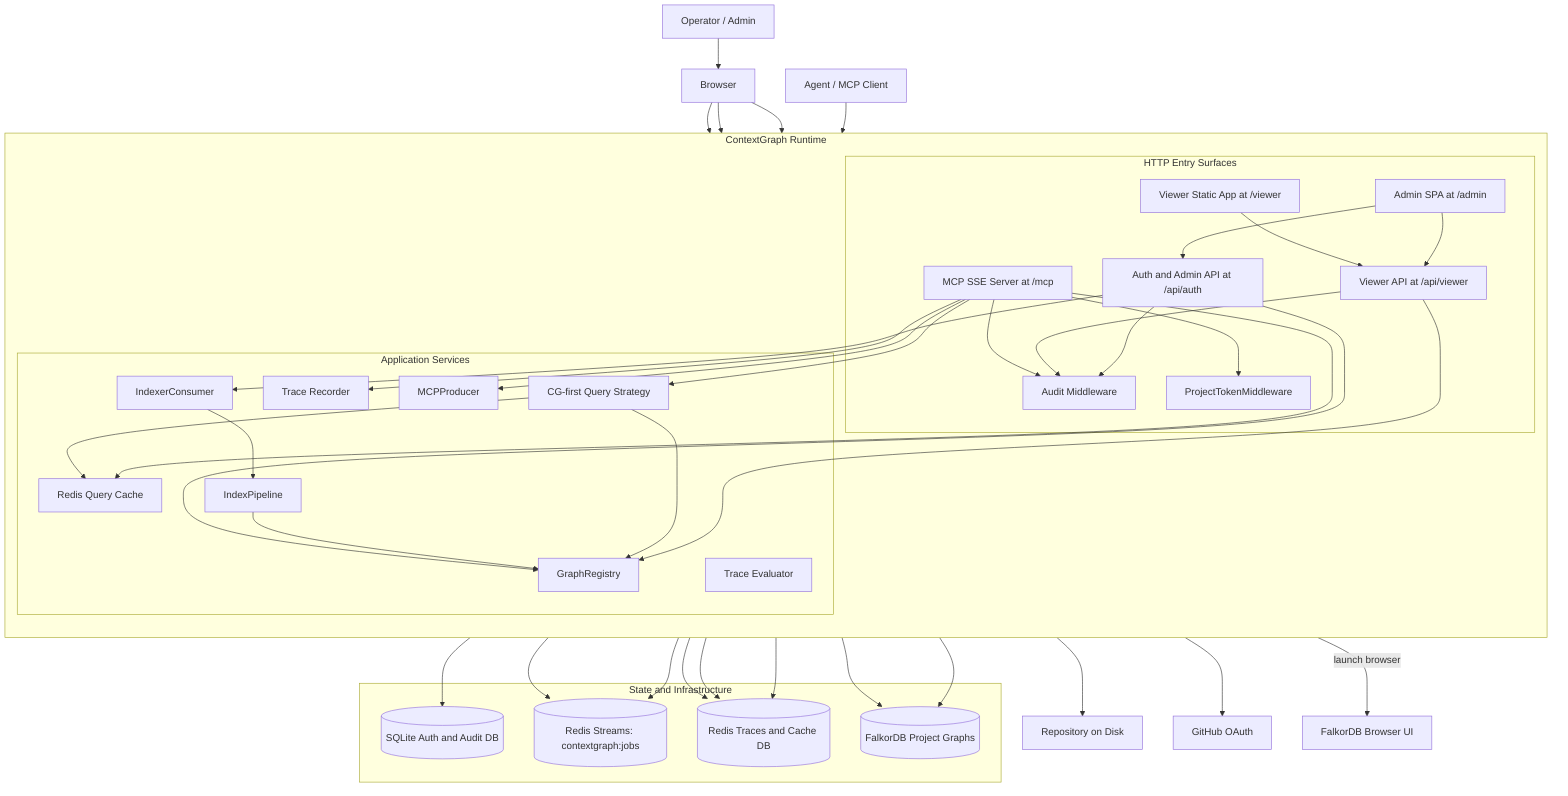
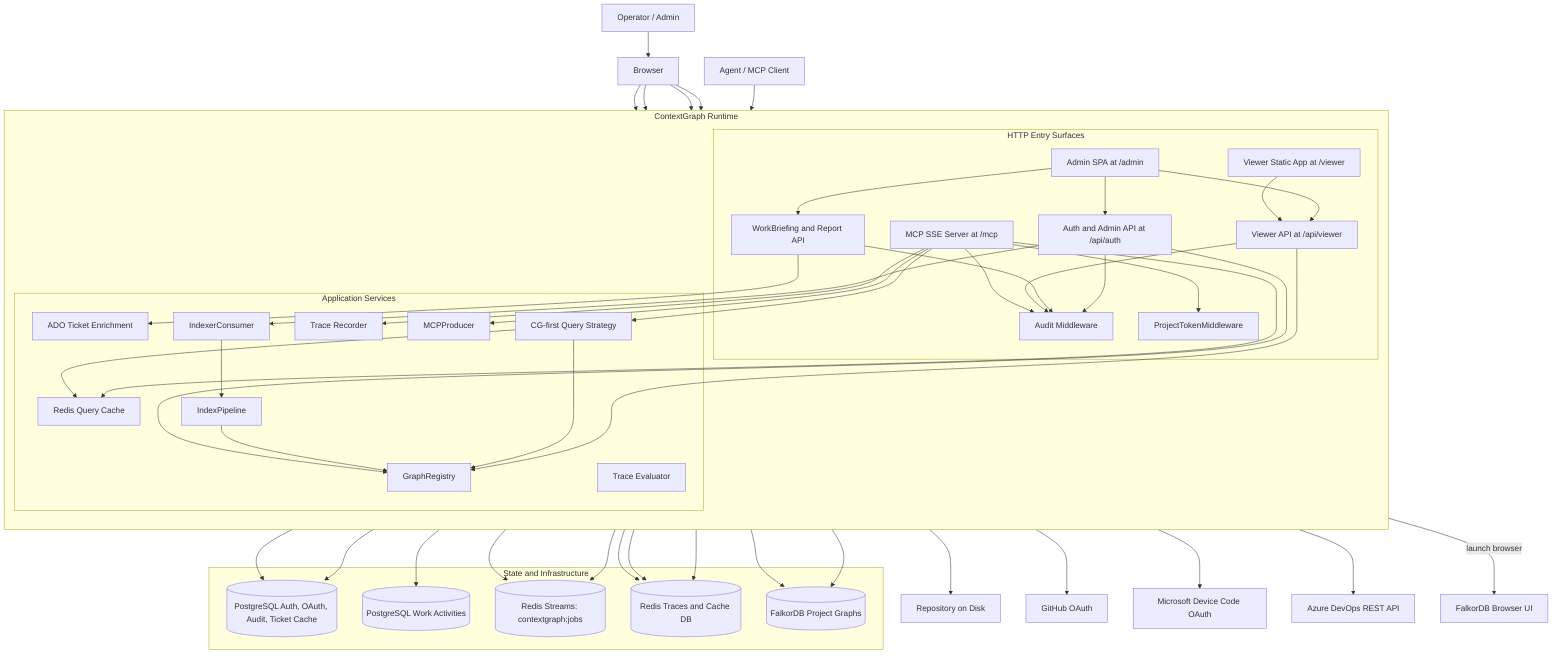
flowchart TB
    Operator[Operator / Admin]
    Browser[Browser]
    AgentClient[Agent / MCP Client]
    GitRepo[Repository on Disk]
    GitHub[GitHub OAuth]
+     Microsoft[Microsoft Device Code OAuth]
+     AzureDevOps[Azure DevOps REST API]
    FdbBrowser[FalkorDB Browser UI]

    subgraph Runtime[ContextGraph Runtime]
        direction TB

        subgraph Entry[HTTP Entry Surfaces]
            AdminSPA[Admin SPA at /admin]
            ViewerStatic[Viewer Static App at /viewer]
            AuthAPI[Auth and Admin API at /api/auth]
+             WorkBriefingAPI[WorkBriefing and Report API]
            ViewerAPI[Viewer API at /api/viewer]
            MCPServer[MCP SSE Server at /mcp]
            AuditMW[Audit Middleware]
            TokenMW[ProjectTokenMiddleware]
        end

        subgraph Services[Application Services]
            GraphRegistry[GraphRegistry]
            QueryStrategy[CG-first Query Strategy]
            JobProducer[MCPProducer]
            JobConsumer[IndexerConsumer]
            IndexPipeline[IndexPipeline]
            QueryCache[Redis Query Cache]
            TraceRecorder[Trace Recorder]
            TraceEvaluator[Trace Evaluator]
+             AdoEnrichment[ADO Ticket Enrichment]
        end
    end

    subgraph State[State and Infrastructure]
-         AuthDB[(SQLite Auth and Audit DB)]
+         AuthDB[(PostgreSQL Auth, OAuth, Audit, Ticket Cache)]
+         WorkDB[(PostgreSQL Work Activities)]
        JobStream[(Redis Streams: contextgraph:jobs)]
        TraceStream[(Redis Traces and Cache DB)]
        Falkor[(FalkorDB Project Graphs)]
    end

    Operator --> Browser
    Browser --> AdminSPA
    Browser --> ViewerStatic
    Browser --> AuthAPI
+     Browser --> WorkBriefingAPI
    AgentClient --> MCPServer

    AuthAPI --> AuditMW
+     WorkBriefingAPI --> AuditMW
    ViewerAPI --> AuditMW
    MCPServer --> AuditMW
    MCPServer --> TokenMW

    AdminSPA --> AuthAPI
+     AdminSPA --> WorkBriefingAPI
    AdminSPA --> ViewerAPI
    AdminSPA -->|launch browser| FdbBrowser
    ViewerStatic --> ViewerAPI

    AuthAPI --> AuthDB
    AuthAPI --> GitHub
+     AuthAPI --> Microsoft
+     WorkBriefingAPI --> WorkDB
+     WorkBriefingAPI --> AdoEnrichment
+     AdoEnrichment --> AuthDB
+     AdoEnrichment --> AzureDevOps
    ViewerAPI --> GraphRegistry
    MCPServer --> QueryStrategy
    MCPServer --> QueryCache
    MCPServer --> TraceRecorder
    MCPServer --> JobProducer

    QueryStrategy --> GraphRegistry
    QueryStrategy --> QueryCache
    GraphRegistry --> Falkor

    JobProducer --> JobStream
    JobConsumer --> JobStream
    JobConsumer --> IndexPipeline
    IndexPipeline --> GitRepo
    IndexPipeline --> GraphRegistry

    QueryCache --> TraceStream
    TraceRecorder --> TraceStream
    TraceEvaluator --> TraceStream
    TraceEvaluator --> Falkor

    AuthAPI --> JobConsumer
    AuthAPI --> GraphRegistry
